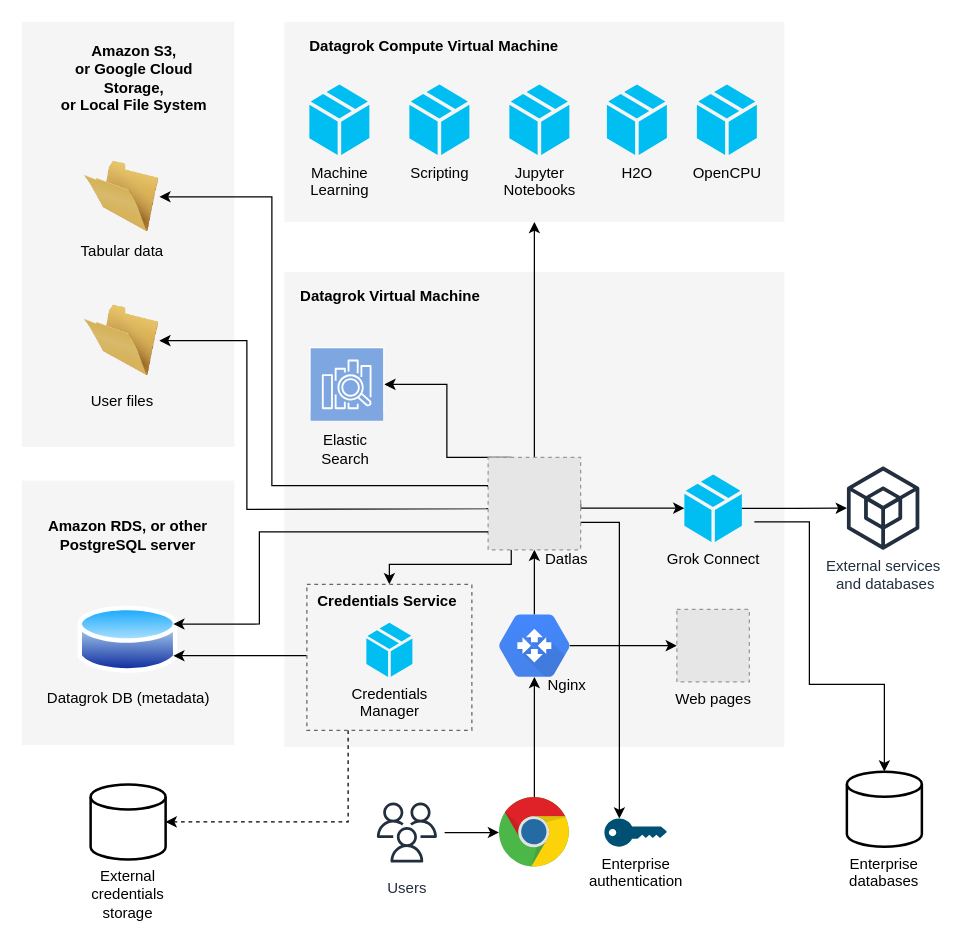
datagrok-ai/public keeps this draw.io diagram as help/develop/admin/architecture-diagram1.drawio. Above is the earlier version. Source tidied: cells renumbered, new cells numbered last; positions are measured from the earlier drawing's top-left corner, leaving out a move shared by most shapes. Both pictures are drawn from the tidied source at 125%, with x=0, y=0 at pixel (21, 21). Pictures stored in the file or linked from it are replaced by grey dashed boxes.
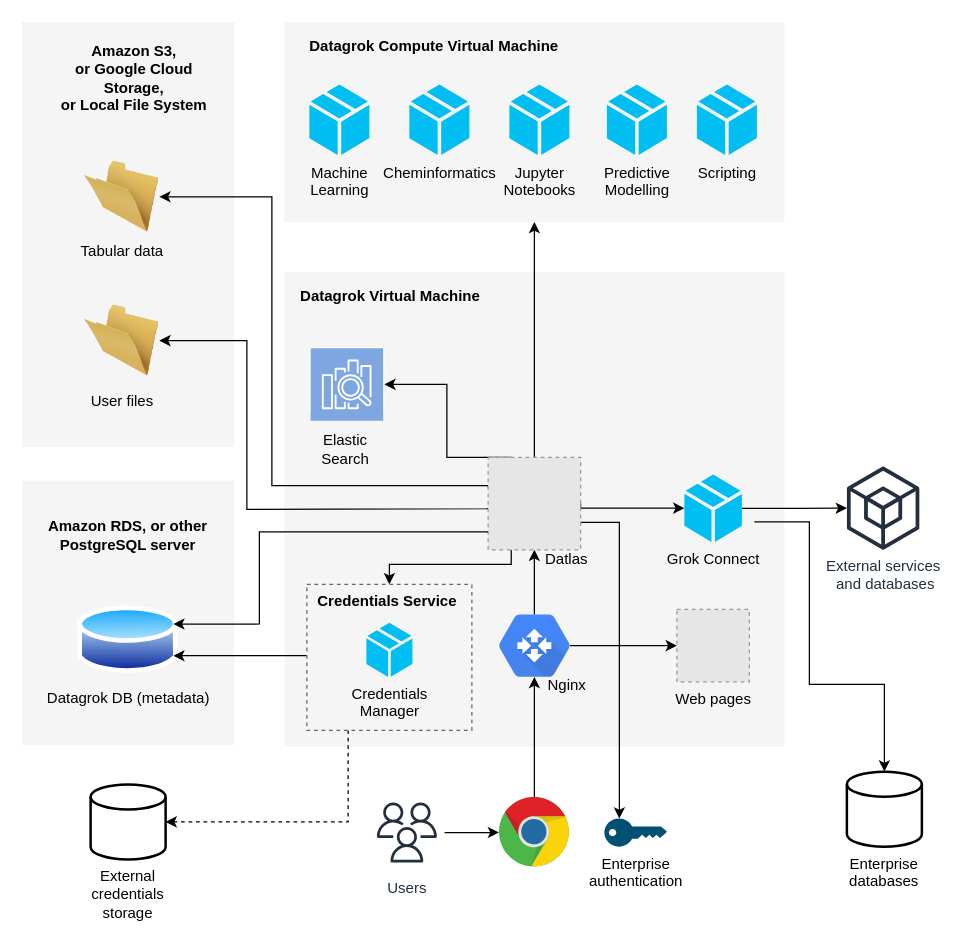
Above is the later version.

Commit message (it also covers changes not shown here):
GROK-9923 Architecture documentation with DevOps additions

Change to the diagram source:
```diff
@@
-    <mxCell id="9" value="Scripting" style="verticalLabelPosition=bottom;html=1;verticalAlign=top;align=center;strokeColor=none;fillColor=#00BEF2;shape=mxgraph.azure.cloud_service_package_file;labelBackgroundColor=none;" parent="1" vertex="1">
+    <mxCell id="9" value="Cheminformatics" style="verticalLabelPosition=bottom;html=1;verticalAlign=top;align=center;strokeColor=none;fillColor=#00BEF2;shape=mxgraph.azure.cloud_service_package_file;labelBackgroundColor=none;" parent="1" vertex="1">
       <mxGeometry x="310" y="50" width="48" height="56.5" as="geometry" />
     </mxCell>
@@
-    <mxCell id="11" value="H2O" style="verticalLabelPosition=bottom;html=1;verticalAlign=top;align=center;strokeColor=none;fillColor=#00BEF2;shape=mxgraph.azure.cloud_service_package_file;labelBackgroundColor=none;" parent="1" vertex="1">
+    <mxCell id="11" value="Predictive &lt;br&gt;Modelling" style="verticalLabelPosition=bottom;html=1;verticalAlign=top;align=center;strokeColor=none;fillColor=#00BEF2;shape=mxgraph.azure.cloud_service_package_file;labelBackgroundColor=none;" parent="1" vertex="1">
       <mxGeometry x="468" y="50" width="48" height="56.5" as="geometry" />
     </mxCell>
-    <mxCell id="12" value="OpenCPU&lt;br&gt;" style="verticalLabelPosition=bottom;html=1;verticalAlign=top;align=center;strokeColor=none;fillColor=#00BEF2;shape=mxgraph.azure.cloud_service_package_file;labelBackgroundColor=none;" parent="1" vertex="1">
+    <mxCell id="12" value="Scripting" style="verticalLabelPosition=bottom;html=1;verticalAlign=top;align=center;strokeColor=none;fillColor=#00BEF2;shape=mxgraph.azure.cloud_service_package_file;labelBackgroundColor=none;" parent="1" vertex="1">
       <mxGeometry x="540" y="50" width="48" height="56.5" as="geometry" />
     </mxCell>
```
